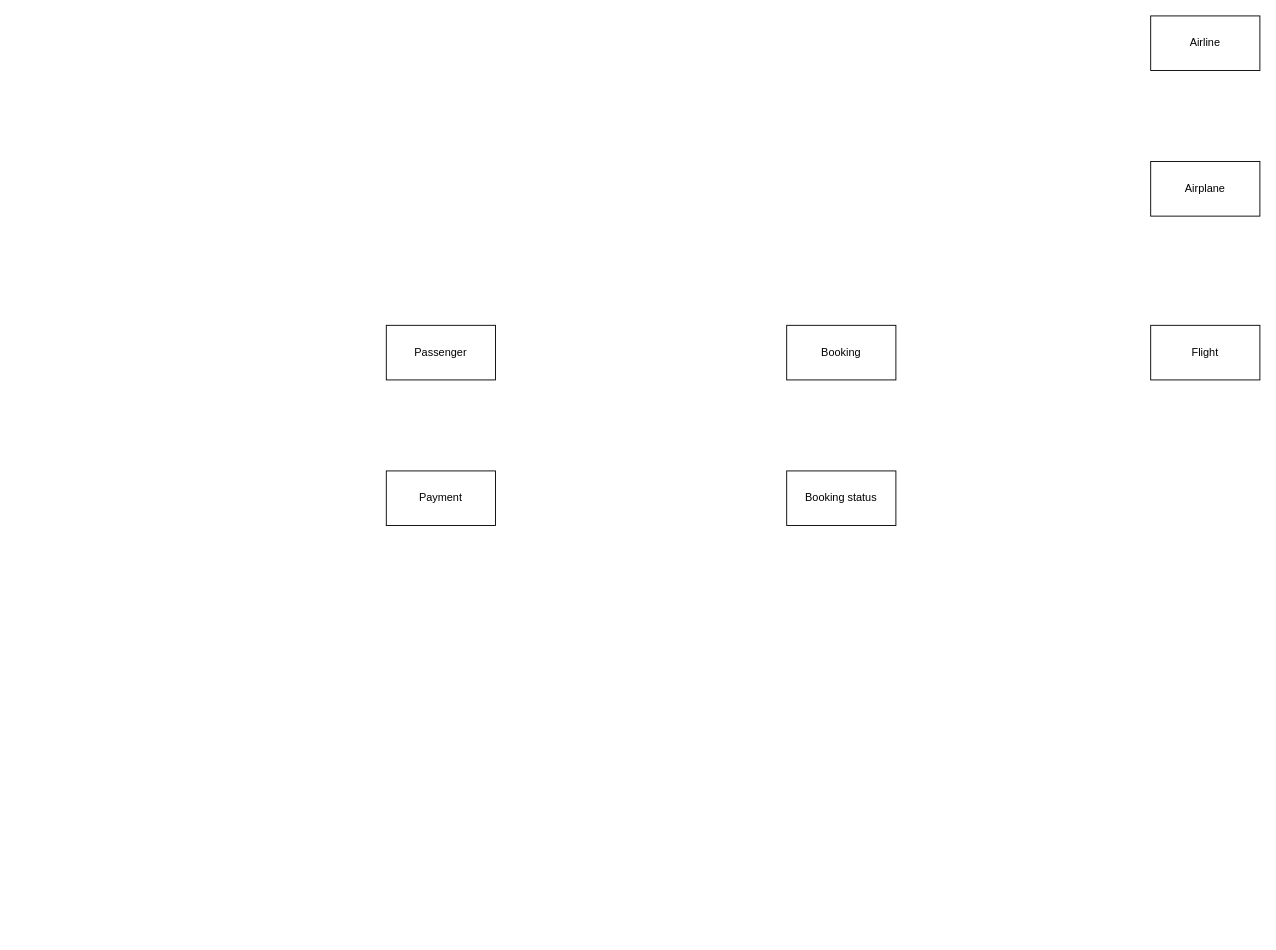
This is diagrams/Untitled Diagram.drawio from codylekha/ERdiagrams, a draw.io file, before an edit. Source tidied: cells renumbered, new cells numbered last; positions are measured from the earlier drawing's top-left corner, leaving out a move shared by most shapes. Both pictures are drawn from the tidied source at 91%, with x=0, y=0 at pixel (386, 15).
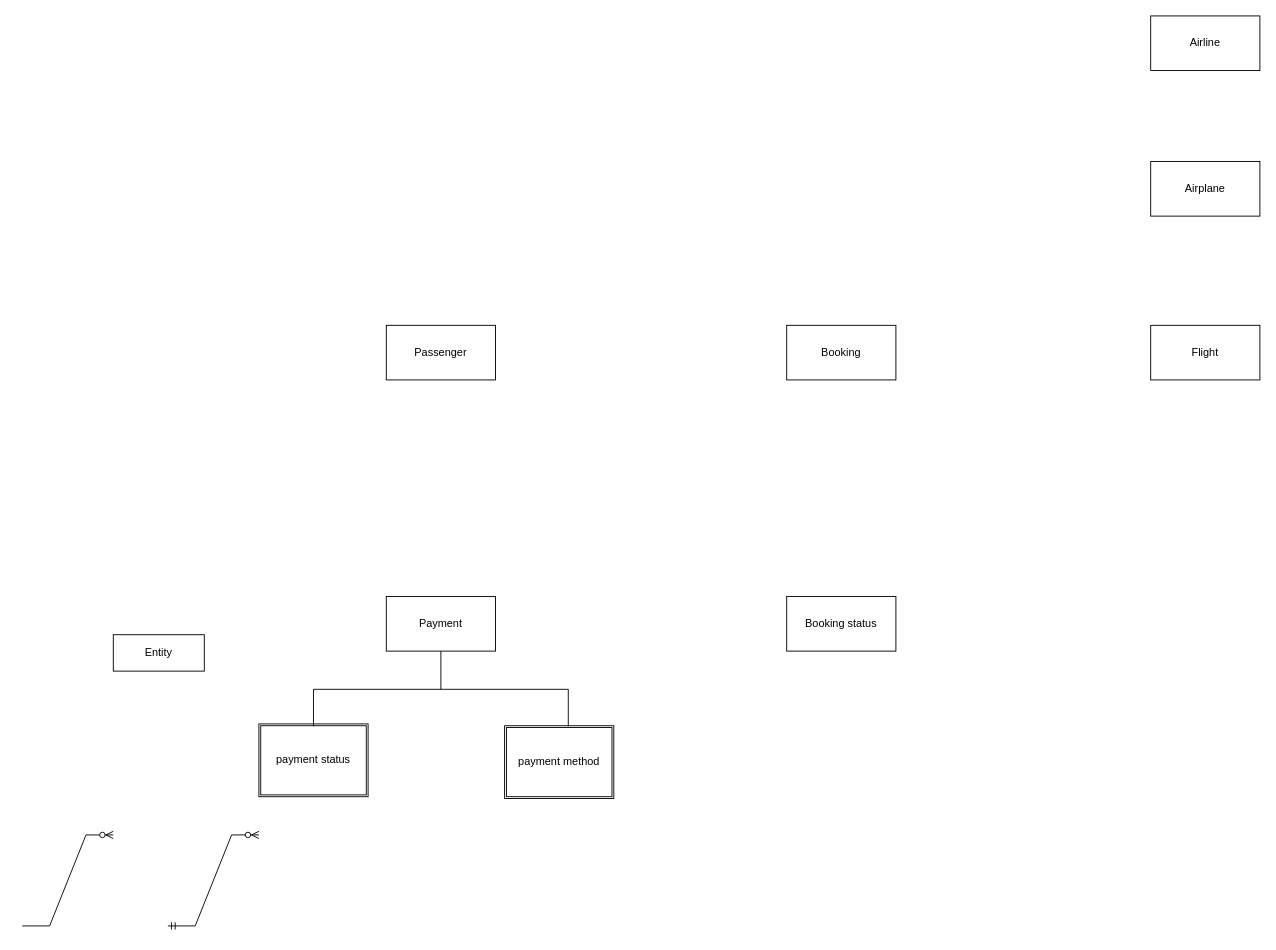
The same page after the edit.

Diff of the diagram source:
```diff
@@
 <mxGraphModel>
   <root>
     <mxCell id="0" />
     <mxCell id="1" parent="0" />
     <mxCell id="2" value="Passenger" style="rounded=0;whiteSpace=wrap;html=1;" parent="1" vertex="1">
       <mxGeometry y="340" width="120" height="60" as="geometry" />
     </mxCell>
     <mxCell id="3" value="Booking" style="rounded=0;whiteSpace=wrap;html=1;" parent="1" vertex="1">
       <mxGeometry x="440" y="340" width="120" height="60" as="geometry" />
     </mxCell>
     <mxCell id="4" value="Flight" style="rounded=0;whiteSpace=wrap;html=1;" parent="1" vertex="1">
       <mxGeometry x="840" y="340" width="120" height="60" as="geometry" />
     </mxCell>
     <mxCell id="5" value="Payment" style="rounded=0;whiteSpace=wrap;html=1;" parent="1" vertex="1">
-      <mxGeometry y="500" width="120" height="60" as="geometry" />
+      <mxGeometry y="638" width="120" height="60" as="geometry" />
     </mxCell>
     <mxCell id="6" value="Booking status" style="rounded=0;whiteSpace=wrap;html=1;" parent="1" vertex="1">
-      <mxGeometry x="440" y="500" width="120" height="60" as="geometry" />
+      <mxGeometry x="440" y="638" width="120" height="60" as="geometry" />
     </mxCell>
     <mxCell id="7" value="Airplane" style="rounded=0;whiteSpace=wrap;html=1;" parent="1" vertex="1">
       <mxGeometry x="840" y="160" width="120" height="60" as="geometry" />
     </mxCell>
     <mxCell id="8" value="Airline" style="rounded=0;whiteSpace=wrap;html=1;" parent="1" vertex="1">
       <mxGeometry x="840" width="120" height="60" as="geometry" />
     </mxCell>
+    <mxCell id="9" value="payment status" style="shape=ext;double=1;rounded=0;whiteSpace=wrap;html=1;" parent="1" vertex="1">
+      <mxGeometry x="-140" y="778" width="120" height="80" as="geometry" />
+    </mxCell>
+    <mxCell id="10" value="payment method" style="shape=ext;double=1;rounded=0;whiteSpace=wrap;html=1;" parent="1" vertex="1">
+      <mxGeometry x="130" y="780" width="120" height="80" as="geometry" />
+    </mxCell>
+    <mxCell id="11" style="shape=partialRectangle;whiteSpace=wrap;html=1;bottom=1;right=1;left=1;top=0;fillColor=none;routingCenterX=-0.5;direction=west;" parent="1" vertex="1">
+      <mxGeometry x="-80" y="740" width="280" height="40" as="geometry" />
+    </mxCell>
+    <mxCell id="12" style="endArrow=none;html=1;rounded=0;exitX=0.5;exitY=1;exitDx=0;exitDy=0;" parent="1" edge="1" source="11">
+      <mxGeometry relative="1" as="geometry">
+        <mxPoint x="60" y="698" as="targetPoint" />
+      </mxGeometry>
+    </mxCell>
+    <mxCell id="13" value="Entity" style="whiteSpace=wrap;html=1;align=center;" parent="1" vertex="1">
+      <mxGeometry x="-300" y="680" width="100" height="40" as="geometry" />
+    </mxCell>
+    <mxCell id="14" style="edgeStyle=entityRelationEdgeStyle;fontSize=12;html=1;endArrow=ERzeroToMany;startArrow=ERmandOne;rounded=0;" parent="1" edge="1">
+      <mxGeometry relative="1" as="geometry">
+        <mxPoint x="-240" y="1000" as="sourcePoint" />
+        <mxPoint x="-140" y="900" as="targetPoint" />
+      </mxGeometry>
+    </mxCell>
+    <mxCell id="15" style="edgeStyle=entityRelationEdgeStyle;fontSize=12;html=1;endArrow=ERzeroToMany;endFill=1;rounded=0;" parent="1" edge="1">
+      <mxGeometry relative="1" as="geometry">
+        <mxPoint x="-400" y="1000" as="sourcePoint" />
+        <mxPoint x="-300" y="900" as="targetPoint" />
+      </mxGeometry>
+    </mxCell>
   </root>
 </mxGraphModel>
```
